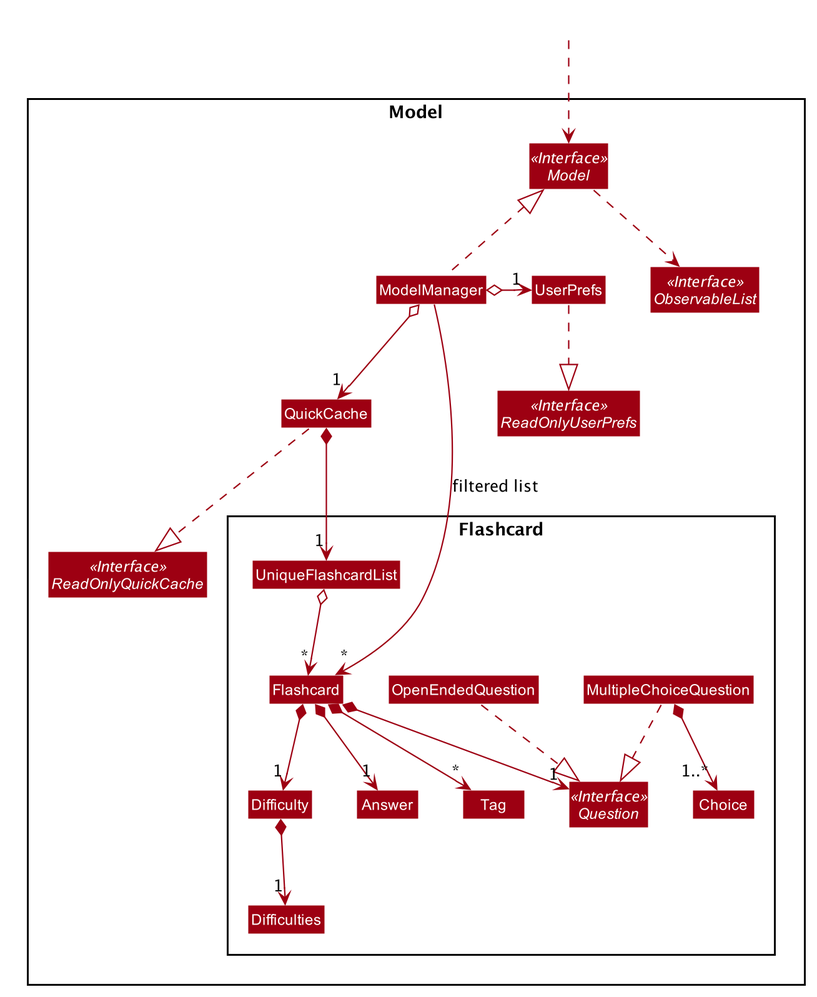
This is docs/images/ModelClassDiagram.png from nus-cs2103-AY2021S1/tp, a PlantUML export, as it was before one commit.
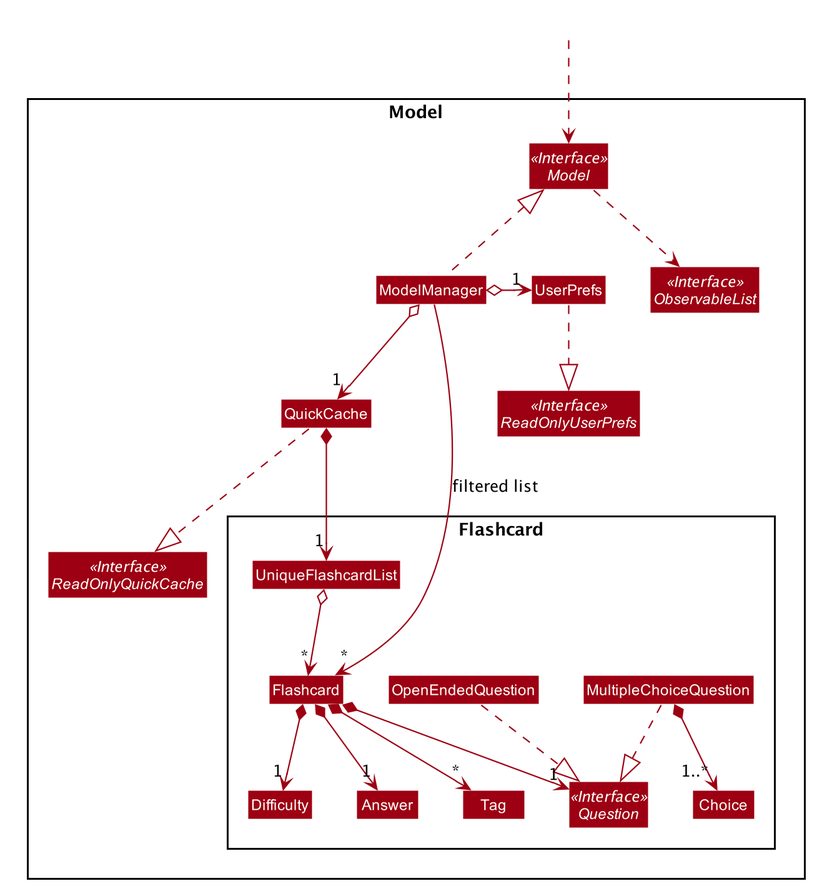
The same file after the commit.

Commit message:
Remove enum Difficulties in ModelClassDiagram

What changed in the source:
```diff
@@ -68,7 +68,6 @@
 class Choice
 class Tag
 class Difficulty
-enum Difficulties
 class UniqueFlashcardList
 class Flashcard
 }
@@ -85,7 +84,6 @@
 Flashcard *--> "*" Tag
 Flashcard *--> "1" Difficulty
 
-Difficulty *--> "1" Difficulties
 
 UniqueFlashcardList o--> "*" Flashcard
 QuickCache *--> "1" UniqueFlashcardList
```
